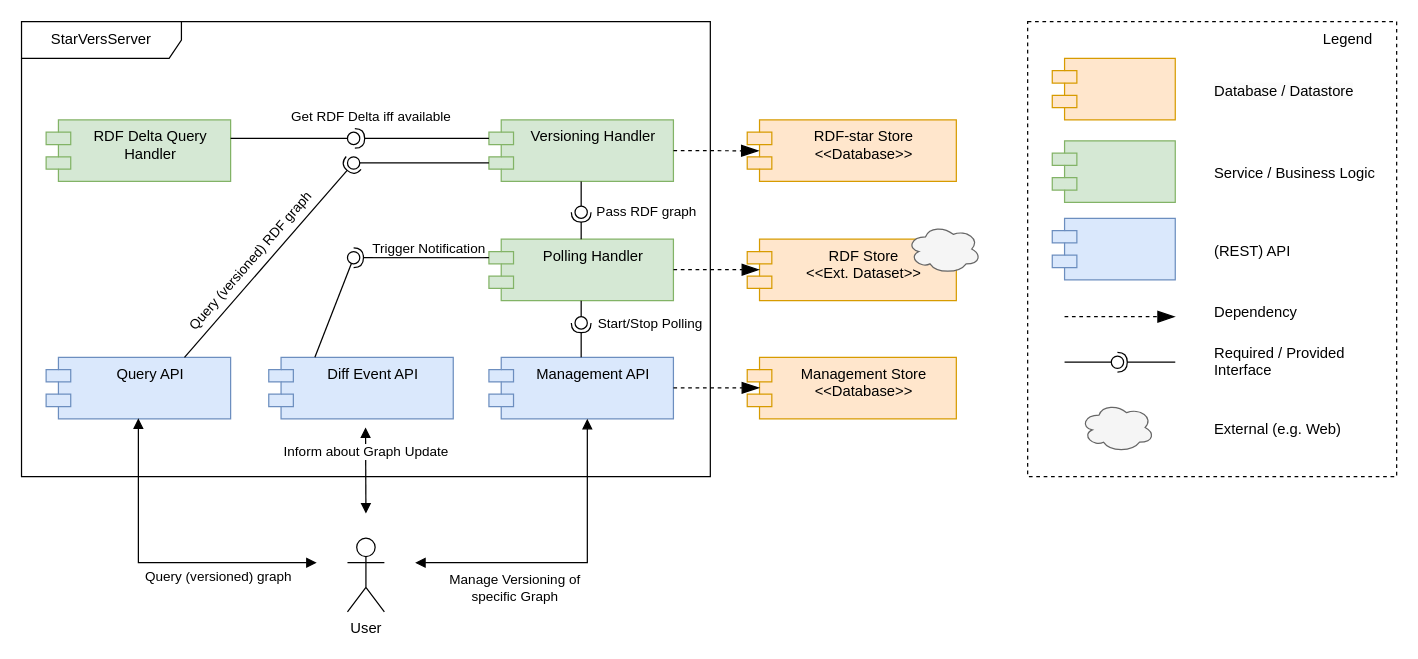
The draw.io diagram assets/ComponentDiagram_Design.drawio in GreenfishK/starvers, before the edit. Source tidied: cells renumbered, new cells numbered last; positions are measured from the earlier drawing's top-left corner, leaving out a move shared by most shapes. Both pictures are drawn from the tidied source at 123%, with x=0, y=0 at pixel (21, 21).
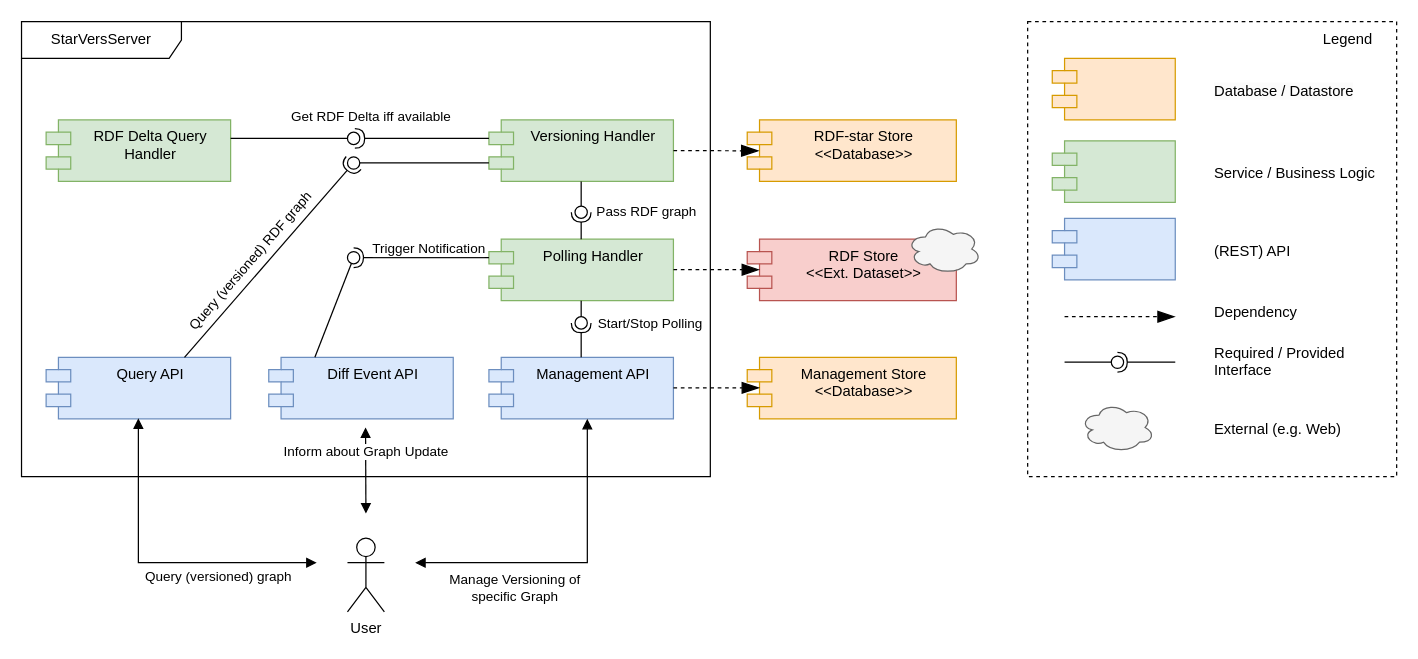
Above is the later version.

What changed in the source:
```diff
@@
-    <mxCell id="11" value="RDF Store&lt;br&gt;&amp;lt;&amp;lt;Ext. Dataset&amp;gt;&amp;gt;" style="shape=module;align=left;spacingLeft=20;align=center;verticalAlign=top;whiteSpace=wrap;html=1;fillColor=#ffe6cc;strokeColor=#d79b00;" parent="1" vertex="1">
+    <mxCell id="11" value="RDF Store&lt;br&gt;&amp;lt;&amp;lt;Ext. Dataset&amp;gt;&amp;gt;" style="shape=module;align=left;spacingLeft=20;align=center;verticalAlign=top;whiteSpace=wrap;html=1;fillColor=#f8cecc;strokeColor=#b85450;" parent="1" vertex="1">
       <mxGeometry x="590" y="177" width="170" height="50" as="geometry" />
     </mxCell>
```
